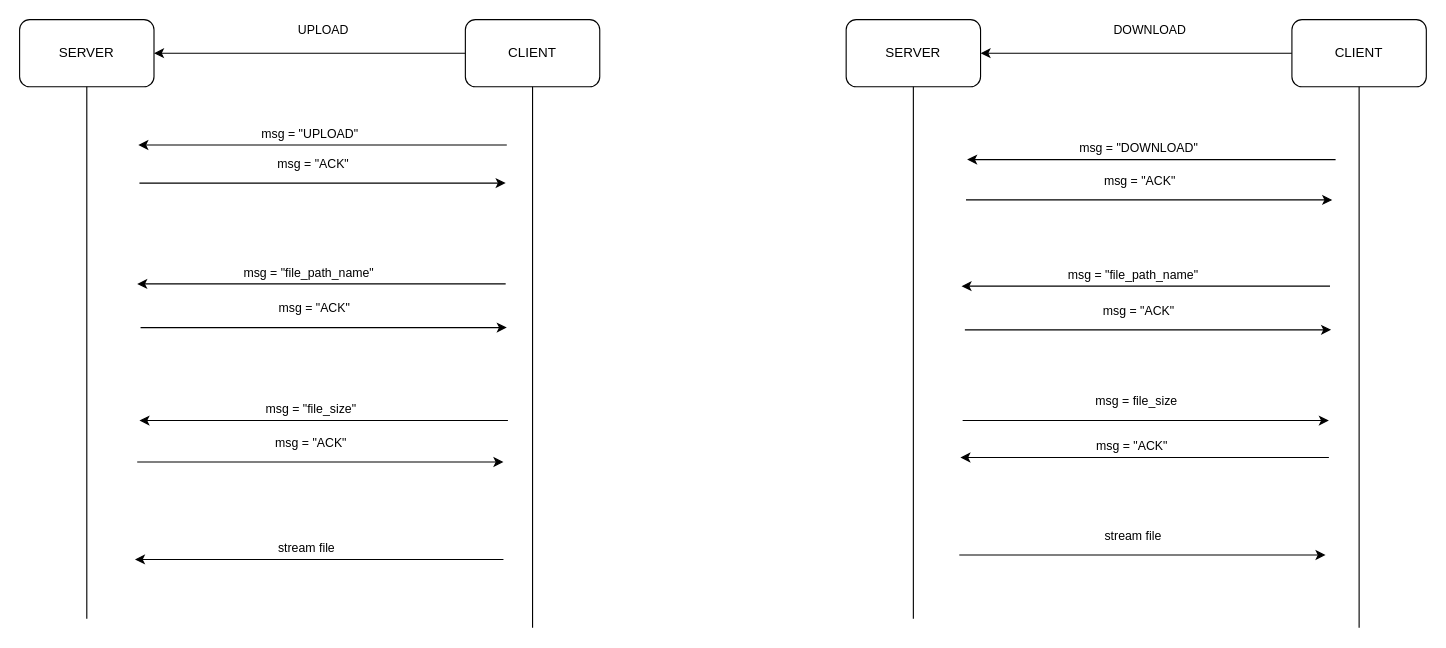
Earlier version of the draw.io diagram src/lib/client_server_interaction.drawio (LeviMatias/redes-distribuidos-tps). Source tidied: cells renumbered, new cells numbered last; positions are measured from the earlier drawing's top-left corner, leaving out a move shared by most shapes. Both pictures are drawn from the tidied source at 112%, with x=0, y=0 at pixel (19, 19).
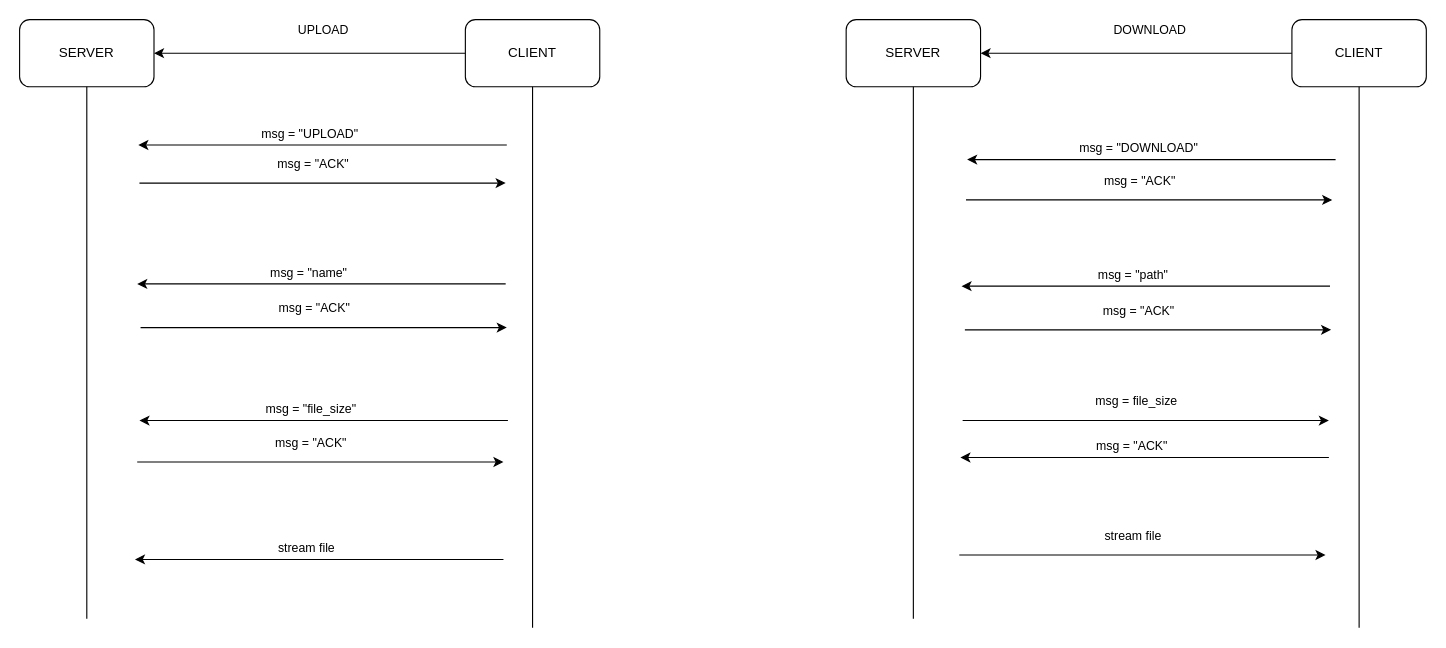
The same diagram, later.

Commit message (it also covers changes not shown here):
Correccion de convencion de path y name

The change refers to these unchanged cells:
```xml
<mxCell id="12" style="endArrow=classic;html=1;" parent="1" edge="1">
  <mxGeometry relative="1" as="geometry">
    <mxPoint x="434" y="236" as="sourcePoint" />
    <mxPoint x="105" y="236" as="targetPoint" />
  </mxGeometry>
</mxCell>
<mxCell id="30" style="endArrow=classic;html=1;" parent="1" edge="1">
  <mxGeometry relative="1" as="geometry">
    <mxPoint x="1170" y="238" as="sourcePoint" />
    <mxPoint x="841" y="238" as="targetPoint" />
  </mxGeometry>
</mxCell>
```

The edit, as a diff of the source:
```diff
@@
-    <mxCell id="13" value="msg = &quot;file_path_name&quot;" style="edgeLabel;html=1;align=center;verticalAlign=middle;" parent="12" vertex="1">
+    <mxCell id="13" value="msg = &quot;name&quot;" style="edgeLabel;html=1;align=center;verticalAlign=middle;" parent="12" vertex="1">
       <mxGeometry x="0.11" y="4" relative="1" as="geometry">
         <mxPoint x="6" y="-15" as="offset" />
       </mxGeometry>
     </mxCell>
@@
-    <mxCell id="31" value="msg = &quot;file_path_name&quot;" style="edgeLabel;html=1;align=center;verticalAlign=middle;" parent="30" vertex="1">
+    <mxCell id="31" value="msg = &quot;path&quot;" style="edgeLabel;html=1;align=center;verticalAlign=middle;" parent="30" vertex="1">
       <mxGeometry x="0.11" y="4" relative="1" as="geometry">
         <mxPoint x="6" y="-15" as="offset" />
       </mxGeometry>
     </mxCell>
```
